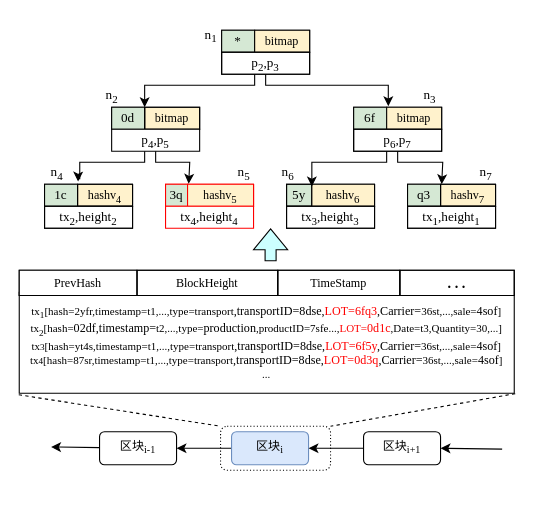
This is page "3.5" (8 of 25) of 未命名绘图.drawio from jue73/7339, a draw.io file, before an edit. Source tidied: cells renumbered, new cells numbered last; positions are measured from the earlier drawing's top-left corner, leaving out a move shared by most shapes. Both pictures are drawn from the tidied source at 110%, with x=0, y=0 at pixel (19, 19).
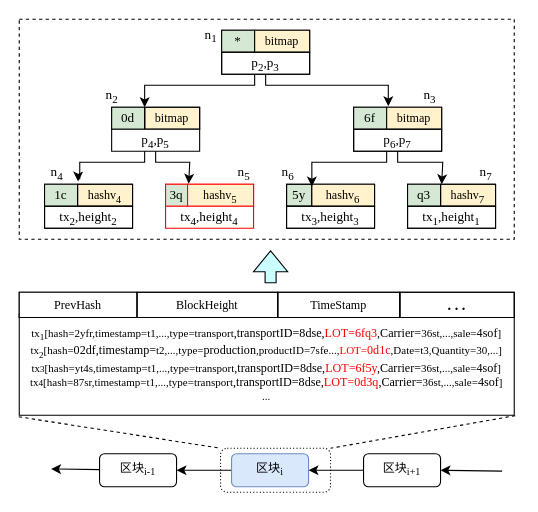
After the change.

Diff of the diagram source:
```diff
@@
     <mxCell id="2" style="shape=flexArrow;endArrow=classic;html=1;rounded=0;fillColor=#CCFFFF;" parent="1" edge="1">
       <mxGeometry relative="1" as="geometry">
-        <mxPoint x="228.5" y="220" as="sourcePoint" />
-        <mxPoint x="228.5" y="190" as="targetPoint" />
+        <mxPoint x="228.5" y="240" as="sourcePoint" />
+        <mxPoint x="228.5" y="210" as="targetPoint" />
       </mxGeometry>
     </mxCell>
     <mxCell id="3" style="shape=table;startSize=0;childLayout=tableLayout;rounded=1;labelBorderColor=#FFFFFF;fontFamily=Times New Roman;fontSize=11;" parent="1" vertex="1">
-      <mxGeometry y="248.2" width="450" height="91.8" as="geometry" />
+      <mxGeometry y="268.2" width="450" height="91.8" as="geometry" />
     </mxCell>
@@
     <mxCell id="6" style="rounded=1;whiteSpace=wrap;html=1;labelBorderColor=#FFFFFF;fontFamily=Times New Roman;fontSize=11;textOpacity=70;dashed=1;dashPattern=1 2;fillColor=none;" parent="1" vertex="1">
-      <mxGeometry x="183" y="370" width="100" height="40" as="geometry" />
+      <mxGeometry x="183" y="390" width="100" height="40" as="geometry" />
     </mxCell>
     <mxCell id="7" style="rounded=1;jettySize=auto;html=1;fontFamily=Times New Roman;fontSize=11;" parent="1" edge="1" source="8">
       <mxGeometry relative="1" as="geometry">
-        <mxPoint x="29" y="388.8" as="targetPoint" />
+        <mxPoint x="29" y="408.8" as="targetPoint" />
       </mxGeometry>
     </mxCell>
     <mxCell id="8" value="&lt;font face=&quot;宋体&quot;&gt;区块&lt;/font&gt;&lt;sub&gt;i-1&lt;/sub&gt;" style="rounded=1;whiteSpace=wrap;html=1;fontFamily=Times New Roman;fontSize=11;" parent="1" vertex="1">
-      <mxGeometry x="73" y="375" width="70" height="30" as="geometry" />
+      <mxGeometry x="73" y="395" width="70" height="30" as="geometry" />
     </mxCell>
@@
     <mxCell id="10" value="&lt;font face=&quot;宋体&quot;&gt;区块&lt;/font&gt;&lt;sub&gt;i&lt;/sub&gt;" style="rounded=1;whiteSpace=wrap;html=1;fontFamily=Times New Roman;fontSize=11;fillColor=#dae8fc;strokeColor=#6c8ebf;" parent="1" vertex="1">
-      <mxGeometry x="193" y="375" width="70" height="30" as="geometry" />
+      <mxGeometry x="193" y="395" width="70" height="30" as="geometry" />
     </mxCell>
@@
     <mxCell id="12" value="&lt;font face=&quot;宋体&quot;&gt;区块&lt;/font&gt;&lt;sub&gt;i+1&lt;/sub&gt;" style="rounded=1;whiteSpace=wrap;html=1;fontFamily=Times New Roman;fontSize=11;" parent="1" vertex="1">
-      <mxGeometry x="313" y="375" width="70" height="30" as="geometry" />
+      <mxGeometry x="313" y="395" width="70" height="30" as="geometry" />
     </mxCell>
@@
     <mxCell id="14" style="shape=table;startSize=0;childLayout=tableLayout;rounded=1;labelBorderColor=#FFFFFF;fontFamily=Times New Roman;fontSize=11;" parent="1" vertex="1">
-      <mxGeometry y="228.2" width="450" height="23" as="geometry" />
+      <mxGeometry y="248.2" width="450" height="23" as="geometry" />
     </mxCell>
@@
     <mxCell id="21" style="edgeStyle=orthogonalEdgeStyle;rounded=0;jettySize=auto;html=1;entryX=1;entryY=0.5;entryDx=0;entryDy=0;" parent="1" edge="1" target="12">
       <mxGeometry relative="1" as="geometry">
-        <mxPoint x="439" y="390.8" as="sourcePoint" />
+        <mxPoint x="439" y="410.8" as="sourcePoint" />
         <Array as="points">
-          <mxPoint x="439" y="389.8" />
+          <mxPoint x="439" y="409.8" />
         </Array>
       </mxGeometry>
     </mxCell>
@@
+    <mxCell id="86" style="rounded=0;whiteSpace=wrap;html=1;fillColor=none;dashed=1;" parent="1" vertex="1">
+      <mxGeometry width="450" height="200" as="geometry" />
+    </mxCell>
```
